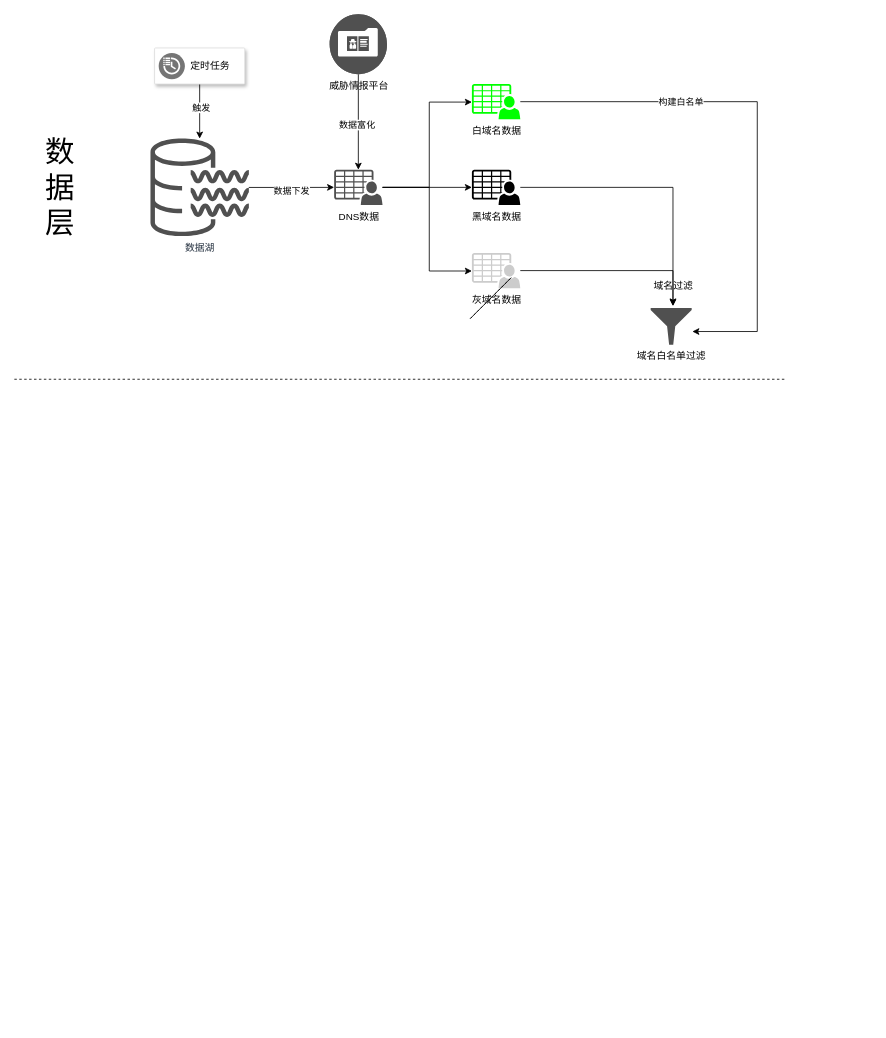
Earlier version of the draw.io diagram 恶意域名关联分析.drawio (sidney-neu/draw_io). Source tidied: cells renumbered, new cells numbered last; positions are measured from the earlier drawing's top-left corner, leaving out a move shared by most shapes. Both pictures are drawn from the tidied source at 82%, with x=0, y=0 at pixel (14, 14).
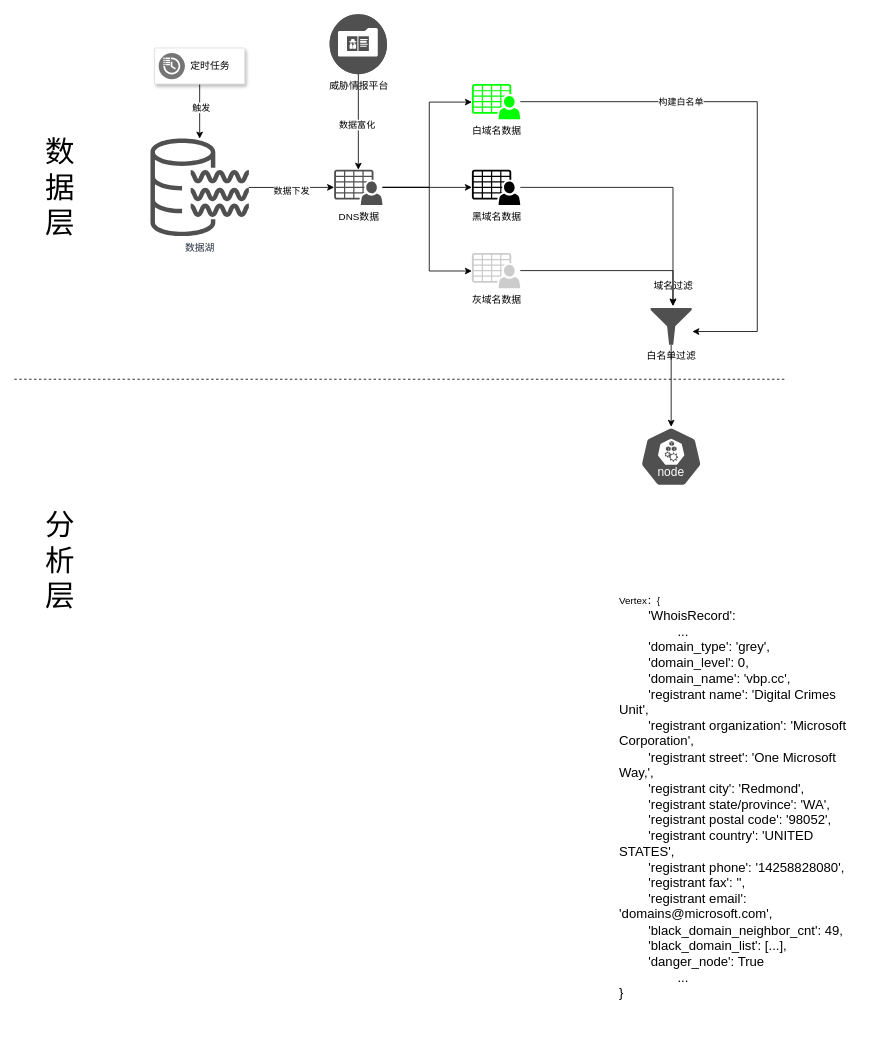
The same diagram, later.

Commit message:
更新恶意域名关联分析.drawio

Change to the diagram source:
```diff
@@
-    <mxCell id="19" value="域名白名单过滤" style="sketch=0;shadow=0;dashed=0;html=1;strokeColor=none;labelPosition=center;verticalLabelPosition=bottom;verticalAlign=top;align=center;fillColor=#505050;shape=mxgraph.mscae.enterprise.filter;" parent="1" vertex="1">
+    <mxCell id="19" value="白名单过滤" style="sketch=0;shadow=0;dashed=0;html=1;strokeColor=none;labelPosition=center;verticalLabelPosition=bottom;verticalAlign=top;align=center;fillColor=#505050;shape=mxgraph.mscae.enterprise.filter;" parent="1" vertex="1">
       <mxGeometry x="776" y="358" width="50" height="45" as="geometry" />
     </mxCell>
@@
-    <mxCell id="25" style="endArrow=none;html=1;rounded=0;" parent="1" edge="1">
-      <mxGeometry relative="1" as="geometry">
-        <mxPoint x="556" y="371" as="sourcePoint" />
-        <mxPoint x="606" y="321" as="targetPoint" />
-      </mxGeometry>
-    </mxCell>
-    <mxCell id="26" style="endArrow=none;dashed=1;html=1;rounded=0;" parent="1" edge="1">
-      <mxGeometry relative="1" as="geometry">
-        <mxPoint x="556" y="371" as="sourcePoint" />
-        <mxPoint x="606" y="321" as="targetPoint" />
-      </mxGeometry>
-    </mxCell>
@@
+    <mxCell id="29" value="&lt;font style=&quot;font-size: 36px;&quot;&gt;分析层&lt;/font&gt;" style="text;strokeColor=none;align=center;fillColor=none;html=1;verticalAlign=middle;whiteSpace=wrap;rounded=0;" parent="1" vertex="1">
+      <mxGeometry x="26" y="651" width="60" height="30" as="geometry" />
+    </mxCell>
+    <mxCell id="30" style="sketch=0;html=1;dashed=0;whitespace=wrap;verticalLabelPosition=bottom;verticalAlign=top;fillColor=#505050;strokeColor=#ffffff;points=[[0.005,0.63,0],[0.1,0.2,0],[0.9,0.2,0],[0.5,0,0],[0.995,0.63,0],[0.72,0.99,0],[0.5,1,0],[0.28,0.99,0]];shape=mxgraph.kubernetes.icon2;kubernetesLabel=1;prIcon=node;" parent="1" vertex="1">
+      <mxGeometry x="763" y="503" width="76" height="73" as="geometry" />
+    </mxCell>
+    <mxCell id="31" style="edgeStyle=orthogonalEdgeStyle;rounded=0;jettySize=auto;html=1;entryX=0.5;entryY=0;entryDx=0;entryDy=0;entryPerimeter=0;" parent="1" edge="1" source="19" target="30">
+      <mxGeometry relative="1" as="geometry" />
+    </mxCell>
+    <mxCell id="32" value="&lt;div align=&quot;left&quot;&gt;&lt;font style=&quot;font-size: 12px;&quot;&gt;Vertex：{&lt;/font&gt;&lt;/div&gt;&lt;div align=&quot;left&quot;&gt;&lt;font size=&quot;3&quot;&gt;&lt;span style=&quot;white-space: pre;&quot;&gt;&#9;&lt;/span&gt;'WhoisRecord':&lt;/font&gt;&lt;/div&gt;&lt;div align=&quot;left&quot;&gt;&lt;font size=&quot;3&quot;&gt;&lt;span style=&quot;white-space: pre;&quot;&gt;&#9;&lt;/span&gt;&lt;span style=&quot;white-space: pre;&quot;&gt;&#9;&lt;/span&gt;...&lt;br&gt;&lt;/font&gt;&lt;/div&gt;&lt;div align=&quot;left&quot;&gt;&lt;font size=&quot;3&quot;&gt;&lt;span style=&quot;white-space: pre;&quot;&gt;&#9;&lt;/span&gt;'domain_type': 'grey',&amp;nbsp;&lt;/font&gt;&lt;/div&gt;&lt;div align=&quot;left&quot;&gt;&lt;font size=&quot;3&quot;&gt;&lt;span style=&quot;white-space: pre;&quot;&gt;&#9;&lt;/span&gt;'domain_level': 0,&amp;nbsp;&lt;/font&gt;&lt;/div&gt;&lt;div align=&quot;left&quot;&gt;&lt;font size=&quot;3&quot;&gt;&lt;span style=&quot;white-space: pre;&quot;&gt;&#9;&lt;/span&gt;'domain_name': 'vbp.cc',&amp;nbsp;&lt;/font&gt;&lt;/div&gt;&lt;div align=&quot;left&quot;&gt;&lt;font size=&quot;3&quot;&gt;&lt;span style=&quot;white-space: pre;&quot;&gt;&#9;&lt;/span&gt;'registrant name': 'Digital Crimes Unit',&amp;nbsp;&lt;/font&gt;&lt;/div&gt;&lt;div align=&quot;left&quot;&gt;&lt;font size=&quot;3&quot;&gt;&lt;span style=&quot;white-space: pre;&quot;&gt;&#9;&lt;/span&gt;'registrant organization': 'Microsoft Corporation',&amp;nbsp;&lt;/font&gt;&lt;/div&gt;&lt;div align=&quot;left&quot;&gt;&lt;font size=&quot;3&quot;&gt;&lt;span style=&quot;white-space: pre;&quot;&gt;&#9;&lt;/span&gt;'registrant street': 'One Microsoft Way,',&amp;nbsp;&lt;/font&gt;&lt;/div&gt;&lt;div align=&quot;left&quot;&gt;&lt;font size=&quot;3&quot;&gt;&lt;span style=&quot;white-space: pre;&quot;&gt;&#9;&lt;/span&gt;'registrant city': 'Redmond',&amp;nbsp;&lt;/font&gt;&lt;/div&gt;&lt;div align=&quot;left&quot;&gt;&lt;font size=&quot;3&quot;&gt;&lt;span style=&quot;white-space: pre;&quot;&gt;&#9;&lt;/span&gt;'registrant state/province': 'WA',&amp;nbsp;&lt;/font&gt;&lt;/div&gt;&lt;div align=&quot;left&quot;&gt;&lt;font size=&quot;3&quot;&gt;&lt;span style=&quot;white-space: pre;&quot;&gt;&#9;&lt;/span&gt;'registrant postal code': '98052',&amp;nbsp;&lt;/font&gt;&lt;/div&gt;&lt;div align=&quot;left&quot;&gt;&lt;font size=&quot;3&quot;&gt;&lt;span style=&quot;white-space: pre;&quot;&gt;&#9;&lt;/span&gt;'registrant country': 'UNITED STATES',&amp;nbsp;&lt;/font&gt;&lt;/div&gt;&lt;div align=&quot;left&quot;&gt;&lt;font size=&quot;3&quot;&gt;&lt;span style=&quot;white-space: pre;&quot;&gt;&#9;&lt;/span&gt;'registrant phone': '14258828080',&amp;nbsp;&lt;/font&gt;&lt;/div&gt;&lt;div align=&quot;left&quot;&gt;&lt;font size=&quot;3&quot;&gt;&lt;span style=&quot;white-space: pre;&quot;&gt;&#9;&lt;/span&gt;'registrant fax': '',&amp;nbsp;&lt;/font&gt;&lt;/div&gt;&lt;div align=&quot;left&quot;&gt;&lt;font size=&quot;3&quot;&gt;&lt;span style=&quot;white-space: pre;&quot;&gt;&#9;&lt;/span&gt;'registrant email': 'domains@microsoft.com',&amp;nbsp;&lt;/font&gt;&lt;/div&gt;&lt;div align=&quot;left&quot;&gt;&lt;font size=&quot;3&quot;&gt;&lt;span style=&quot;white-space: pre;&quot;&gt;&#9;&lt;/span&gt;'black_domain_neighbor_cnt': 49,&amp;nbsp;&lt;/font&gt;&lt;/div&gt;&lt;div align=&quot;left&quot;&gt;&lt;font size=&quot;3&quot;&gt;&lt;span style=&quot;white-space: pre;&quot;&gt;&#9;&lt;/span&gt;'black_domain_list': [...],&amp;nbsp;&lt;/font&gt;&lt;/div&gt;&lt;div align=&quot;left&quot;&gt;&lt;font size=&quot;3&quot;&gt;&lt;span style=&quot;white-space: pre;&quot;&gt;&#9;&lt;/span&gt;'danger_node': True&lt;/font&gt;&lt;/div&gt;&lt;div align=&quot;left&quot;&gt;&lt;font size=&quot;3&quot;&gt;&lt;span style=&quot;white-space: pre;&quot;&gt;&#9;&lt;/span&gt;&lt;span style=&quot;white-space: pre;&quot;&gt;&#9;&lt;/span&gt;...&lt;/font&gt;&lt;/div&gt;&lt;div align=&quot;left&quot;&gt;&lt;font size=&quot;3&quot;&gt;}&lt;br&gt;&lt;/font&gt;&lt;/div&gt;" style="text;strokeColor=none;align=left;fillColor=none;html=1;verticalAlign=middle;whiteSpace=wrap;rounded=0;" parent="1" vertex="1">
+      <mxGeometry x="736" y="681" width="310" height="550" as="geometry" />
+    </mxCell>
```
